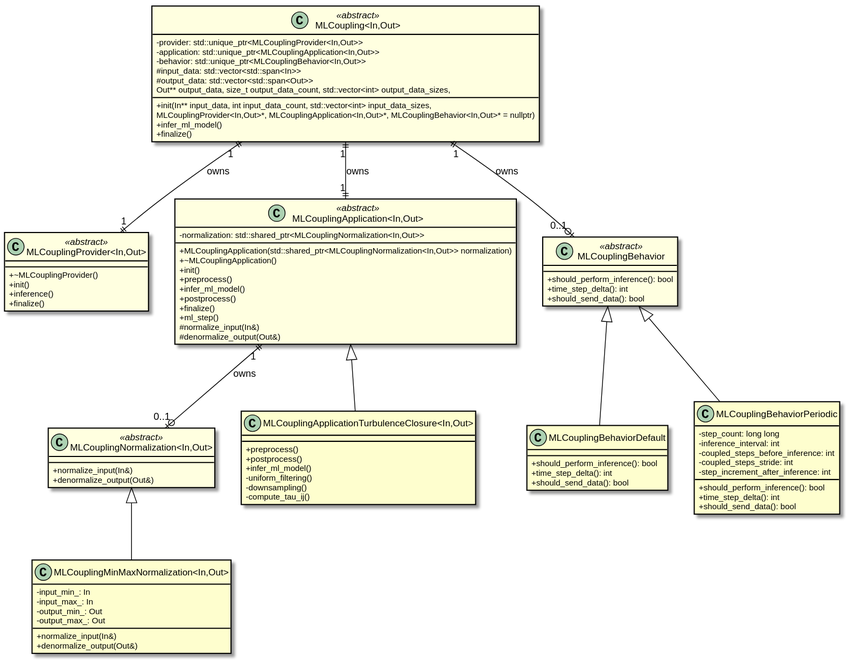
chrisb09/CPP-ML-Interface keeps this PlantUML diagram as documentation/CPP_NEW_ML_Interface.svg. Above is the earlier version.
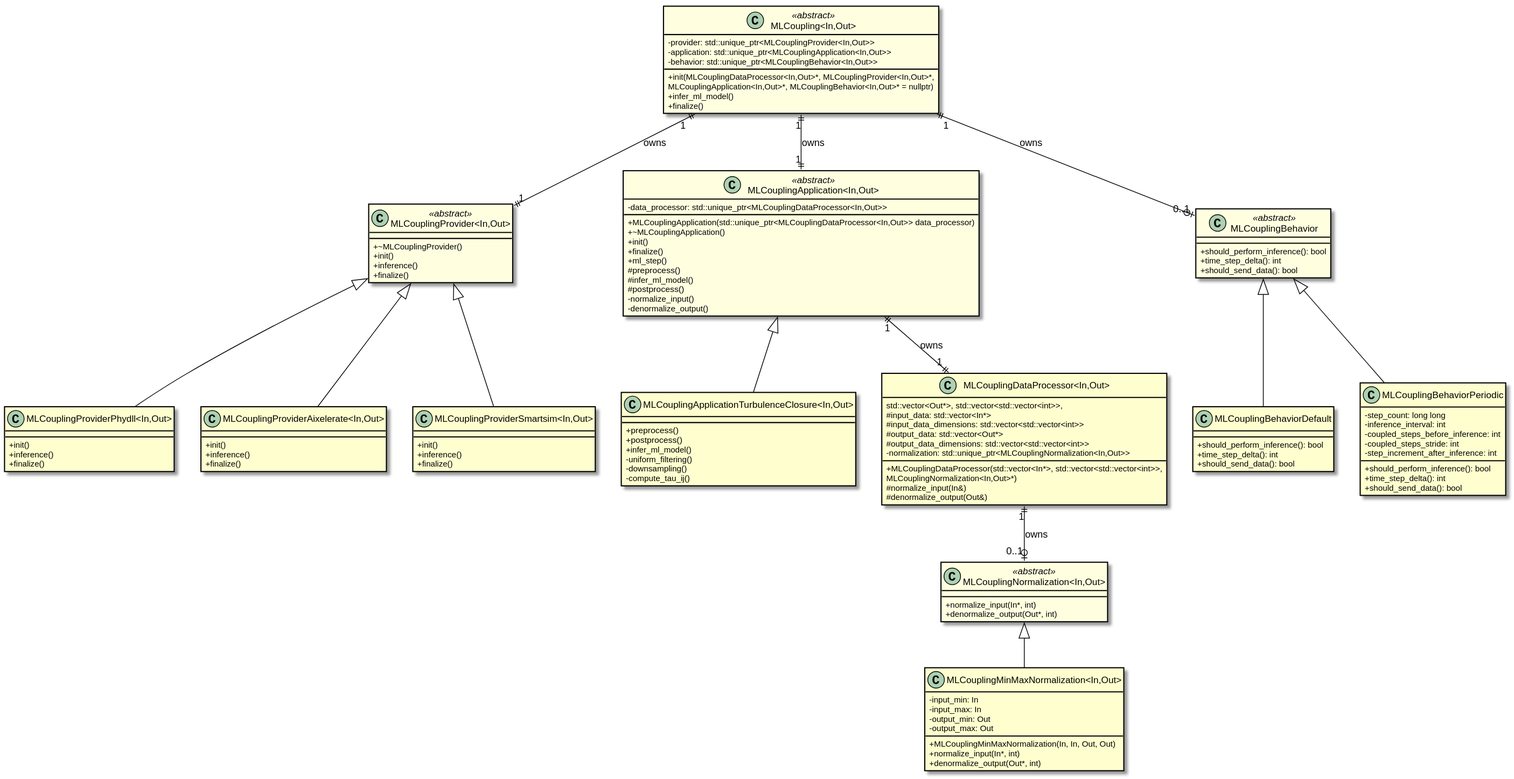
Later version of the same file.

What changed in the source:
```diff
@@ -14,11 +14,8 @@
     - provider: std::unique_ptr<MLCouplingProvider<In,Out>>
     - application: std::unique_ptr<MLCouplingApplication<In,Out>>
     - behavior: std::unique_ptr<MLCouplingBehavior<In,Out>>
-    # input_data: std::vector<std::span<In>>
-    # output_data: std::vector<std::span<Out>>
-    + init(In** input_data, int input_data_count, std::vector<int> input_data_sizes,
-           Out** output_data, size_t output_data_count, std::vector<int> output_data_sizes,
-           MLCouplingProvider<In,Out>*, MLCouplingApplication<In,Out>*, MLCouplingBehavior<In,Out>* = nullptr)
+    + init(MLCouplingDataProcessor<In,Out>*, MLCouplingProvider<In,Out>*,
+           MLCouplingApplication<In,Out>*, MLCouplingBehavior<In,Out>* = nullptr)
     + infer_ml_model()
     + finalize()
 }
@@ -31,31 +28,32 @@
 }
 
 class "MLCouplingApplication<In,Out>" <<abstract>> {
-    + MLCouplingApplication(std::shared_ptr<MLCouplingNormalization<In,Out>> normalization)
+    + MLCouplingApplication(std::unique_ptr<MLCouplingDataProcessor<In,Out>> data_processor)
     + ~MLCouplingApplication()
-    - normalization: std::shared_ptr<MLCouplingNormalization<In,Out>>
+    - data_processor: std::unique_ptr<MLCouplingDataProcessor<In,Out>>
     + init()
-    + preprocess()
-    + infer_ml_model()
-    + postprocess()
     + finalize()
     + ml_step()
-    # normalize_input(In&)
-    # denormalize_output(Out&)
+    # preprocess()
+    # infer_ml_model()
+    # postprocess()
+    - normalize_input()
+    - denormalize_output()
 }
 
 class "MLCouplingNormalization<In,Out>" <<abstract>> {
-    + normalize_input(In&)
-    + denormalize_output(Out&)
+    + normalize_input(In*, int)
+    + denormalize_output(Out*, int)
 }
 
 class "MLCouplingMinMaxNormalization<In,Out>" {
-    - input_min_: In
-    - input_max_: In
-    - output_min_: Out
-    - output_max_: Out
-    + normalize_input(In&)
-    + denormalize_output(Out&)
+    - input_min: In
+    - input_max: In
+    - output_min: Out
+    - output_max: Out
+    + MLCouplingMinMaxNormalization(In, In, Out, Out)
+    + normalize_input(In*, int)
+    + denormalize_output(Out*, int)
 }
 
 class "MLCouplingApplicationTurbulenceClosure<In,Out>" {
@@ -65,6 +63,19 @@
     - uniform_filtering()
     - downsampling()
     - compute_tau_ij()
+}
+
+class "MLCouplingDataProcessor<In,Out>" {
+    + MLCouplingDataProcessor(std::vector<In*>, std::vector<std::vector<int>>,
+                              std::vector<Out*>, std::vector<std::vector<int>>,
+                              MLCouplingNormalization<In,Out>*)
+    # input_data: std::vector<In*>
+    # input_data_dimensions: std::vector<std::vector<int>>
+    # output_data: std::vector<Out*>
+    # output_data_dimensions: std::vector<std::vector<int>>
+    # normalize_input(In&)
+    # denormalize_output(Out&)
+    - normalization: std::unique_ptr<MLCouplingNormalization<In,Out>>
 }
 
 class "MLCouplingBehavior" <<abstract>> {
@@ -90,14 +101,37 @@
     + should_send_data(): bool
 }
 
+class "MLCouplingProviderPhydll<In,Out>" {
+    + init()
+    + inference()
+    + finalize()
+}
+
+class "MLCouplingProviderAixelerate<In,Out>" {
+    + init()
+    + inference()
+    + finalize()
+}
+
+class "MLCouplingProviderSmartsim<In,Out>" {
+    + init()
+    + inference()
+    + finalize()
+}
+
 "MLCoupling<In,Out>" "1" ||--|| "1" "MLCouplingProvider<In,Out>" : owns
 "MLCoupling<In,Out>" "1" ||--|| "1" "MLCouplingApplication<In,Out>" : owns
 "MLCoupling<In,Out>" "1" ||--o| "0..1" "MLCouplingBehavior" : owns
-"MLCouplingApplication<In,Out>" "1" ||--o| "0..1" "MLCouplingNormalization<In,Out>" : owns
+"MLCouplingApplication<In,Out>" "1" ||--|| "1" "MLCouplingDataProcessor<In,Out>" : owns
+"MLCouplingDataProcessor<In,Out>" "1" ||--o| "0..1" "MLCouplingNormalization<In,Out>" : owns
 "MLCouplingNormalization<In,Out>" <|-- "MLCouplingMinMaxNormalization<In,Out>"
 
 "MLCouplingApplication<In,Out>" <|-- "MLCouplingApplicationTurbulenceClosure<In,Out>"
 "MLCouplingBehavior" <|-- "MLCouplingBehaviorDefault"
 "MLCouplingBehavior" <|-- "MLCouplingBehaviorPeriodic"
 
+"MLCouplingProvider<In,Out>" <|-- "MLCouplingProviderPhydll<In,Out>"
+"MLCouplingProvider<In,Out>" <|-- "MLCouplingProviderAixelerate<In,Out>"
+"MLCouplingProvider<In,Out>" <|-- "MLCouplingProviderSmartsim<In,Out>"
+
 @enduml
```
